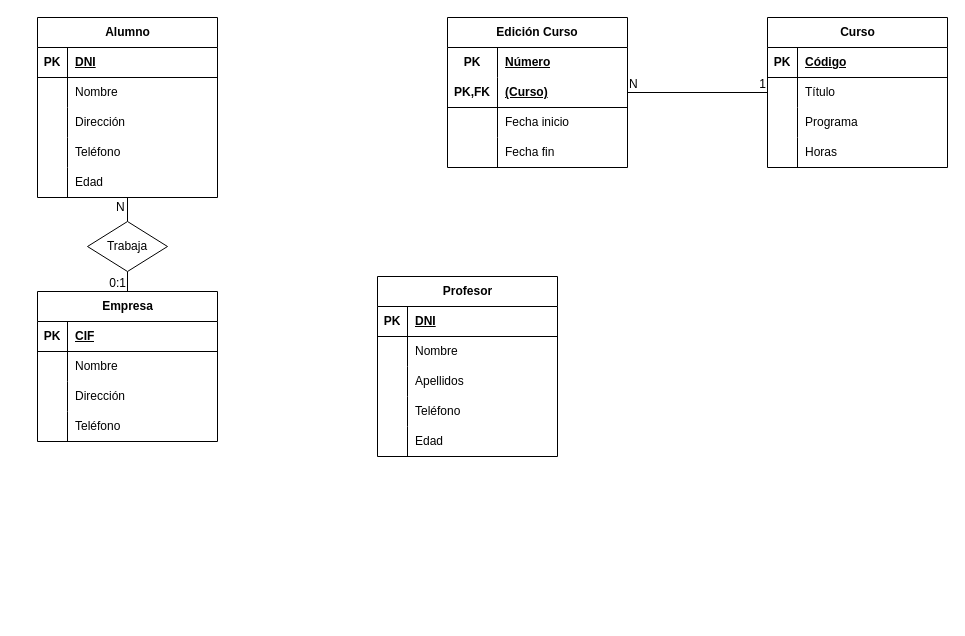
This is Ejercicio_2.drawio from BasementHalfStackDev/ejercicios-ud12, a draw.io file, before an edit. Source tidied: cells renumbered, new cells numbered last; positions are measured from the earlier drawing's top-left corner, leaving out a move shared by most shapes. Both pictures are drawn from the tidied source at 100%, with x=0, y=0 at pixel (37, 17).
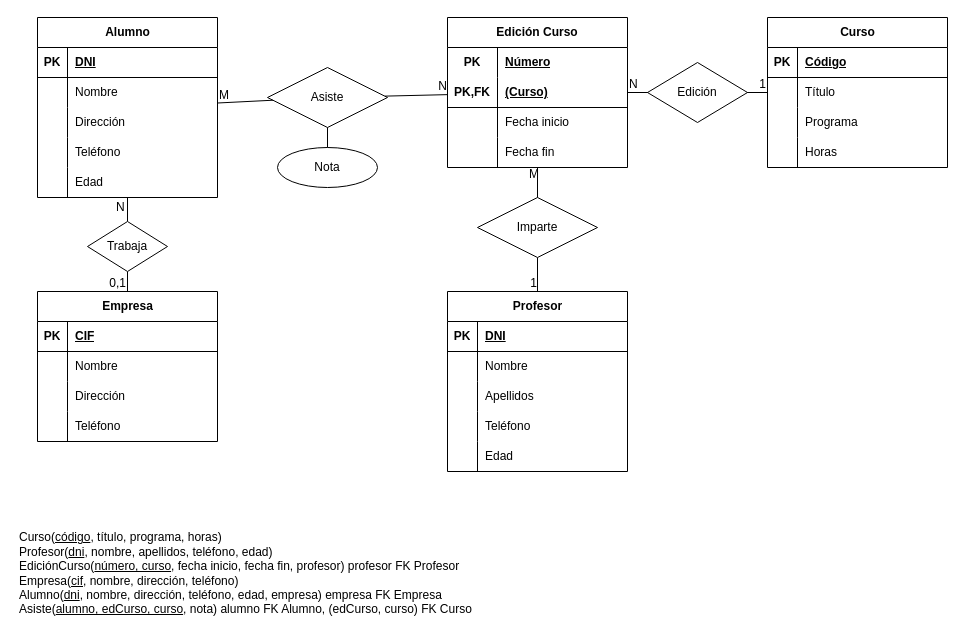
The same diagram, later.

The change refers to these unchanged cells:
```xml
<mxCell id="2" value="Alumno" style="shape=table;startSize=30;childLayout=tableLayout;rowLines=0;fontStyle=1;align=center;html=1;" parent="1" vertex="1">
  <mxGeometry width="180" height="180" as="geometry" />
</mxCell>
<mxCell id="31" style="endArrow=none;html=1;rounded=0;" parent="1" edge="1" source="35" target="18">
  <mxGeometry relative="1" as="geometry" />
</mxCell>
<mxCell id="49" value="Edición Curso" style="shape=table;startSize=30;childLayout=tableLayout;rowLines=0;fontStyle=1;align=center;html=1;whiteSpace=wrap;" parent="1" vertex="1">
  <mxGeometry x="410" width="180" height="150" as="geometry" />
</mxCell>
```

What changed in the source:
```diff
@@
-    <mxCell id="32" value="0:1" style="html=1;whiteSpace=wrap;align=right;verticalAlign=bottom;" parent="31" vertex="1">
+    <mxCell id="32" value="0,1" style="html=1;whiteSpace=wrap;align=right;verticalAlign=bottom;" parent="31" vertex="1">
       <mxGeometry x="1" relative="1" as="geometry" />
     </mxCell>
@@
     <mxCell id="62" value="Profesor" style="shape=table;startSize=30;childLayout=tableLayout;rowLines=0;fontStyle=1;align=center;html=1;" parent="1" vertex="1">
-      <mxGeometry x="340" y="259" width="180" height="180" as="geometry" />
+      <mxGeometry x="410" y="274" width="180" height="180" as="geometry" />
     </mxCell>
@@
+    <mxCell id="81" style="endArrow=none;html=1;rounded=0;startArrow=none;" parent="1" edge="1" source="83" target="49">
+      <mxGeometry relative="1" as="geometry" />
+    </mxCell>
+    <mxCell id="82" value="N" style="html=1;align=right;verticalAlign=bottom;" parent="81" vertex="1">
+      <mxGeometry x="1" relative="1" as="geometry" />
+    </mxCell>
+    <mxCell id="83" value="Asiste" style="shape=rhombus;perimeter=rhombusPerimeter;whiteSpace=wrap;html=1;align=center;" parent="1" vertex="1">
+      <mxGeometry x="230" y="50" width="120" height="60" as="geometry" />
+    </mxCell>
+    <mxCell id="84" style="endArrow=none;html=1;rounded=0;" parent="1" edge="1" source="2" target="83">
+      <mxGeometry relative="1" as="geometry" />
+    </mxCell>
+    <mxCell id="85" value="M" style="html=1;align=left;verticalAlign=bottom;" parent="84" vertex="1">
+      <mxGeometry x="-1" relative="1" as="geometry" />
+    </mxCell>
+    <mxCell id="86" value="Nota" style="ellipse;whiteSpace=wrap;html=1;align=center;" parent="1" vertex="1">
+      <mxGeometry x="240" y="130" width="100" height="40" as="geometry" />
+    </mxCell>
+    <mxCell id="87" style="endArrow=none;html=1;rounded=0;startArrow=none;" parent="1" edge="1" source="91" target="62">
+      <mxGeometry relative="1" as="geometry" />
+    </mxCell>
+    <mxCell id="88" value="1" style="html=1;align=right;verticalAlign=bottom;" parent="87" vertex="1">
+      <mxGeometry x="1" relative="1" as="geometry" />
+    </mxCell>
+    <mxCell id="89" style="endArrow=none;html=1;rounded=0;" parent="1" edge="1" source="83" target="86">
+      <mxGeometry relative="1" as="geometry" />
+    </mxCell>
+    <mxCell id="90" value="Edición" style="shape=rhombus;perimeter=rhombusPerimeter;whiteSpace=wrap;html=1;align=center;" parent="1" vertex="1">
+      <mxGeometry x="610" y="45" width="100" height="60" as="geometry" />
+    </mxCell>
+    <mxCell id="91" value="Imparte" style="shape=rhombus;perimeter=rhombusPerimeter;whiteSpace=wrap;html=1;align=center;" parent="1" vertex="1">
+      <mxGeometry x="440" y="180" width="120" height="60" as="geometry" />
+    </mxCell>
+    <mxCell id="92" style="endArrow=none;html=1;rounded=0;" parent="1" edge="1" source="49" target="91">
+      <mxGeometry relative="1" as="geometry" />
+    </mxCell>
+    <mxCell id="93" value="M" style="html=1;align=left;verticalAlign=bottom;" parent="92" vertex="1">
+      <mxGeometry x="-1" relative="1" as="geometry">
+        <mxPoint x="-10" y="15" as="offset" />
+      </mxGeometry>
+    </mxCell>
+    <mxCell id="94" value="Curso(&lt;u&gt;código&lt;/u&gt;, título, programa, horas)&lt;br&gt;Profesor(&lt;u&gt;dni&lt;/u&gt;, nombre, apellidos, teléfono, edad)&lt;br&gt;EdiciónCurso(&lt;u&gt;número, curso&lt;/u&gt;, fecha inicio, fecha fin, profesor) profesor FK Profesor&lt;br&gt;Empresa(&lt;u&gt;cif&lt;/u&gt;, nombre, dirección, teléfono)&lt;br&gt;Alumno(&lt;u&gt;dni&lt;/u&gt;, nombre, dirección, teléfono, edad, empresa) empresa FK Empresa&lt;br&gt;Asiste(&lt;u&gt;alumno, edCurso, curso&lt;/u&gt;, nota) alumno FK Alumno, (edCurso, curso) FK Curso" style="text;html=1;strokeColor=none;fillColor=none;align=left;verticalAlign=middle;whiteSpace=wrap;rounded=0;" parent="1" vertex="1">
+      <mxGeometry x="-20" y="510" width="460" height="91" as="geometry" />
+    </mxCell>
```
